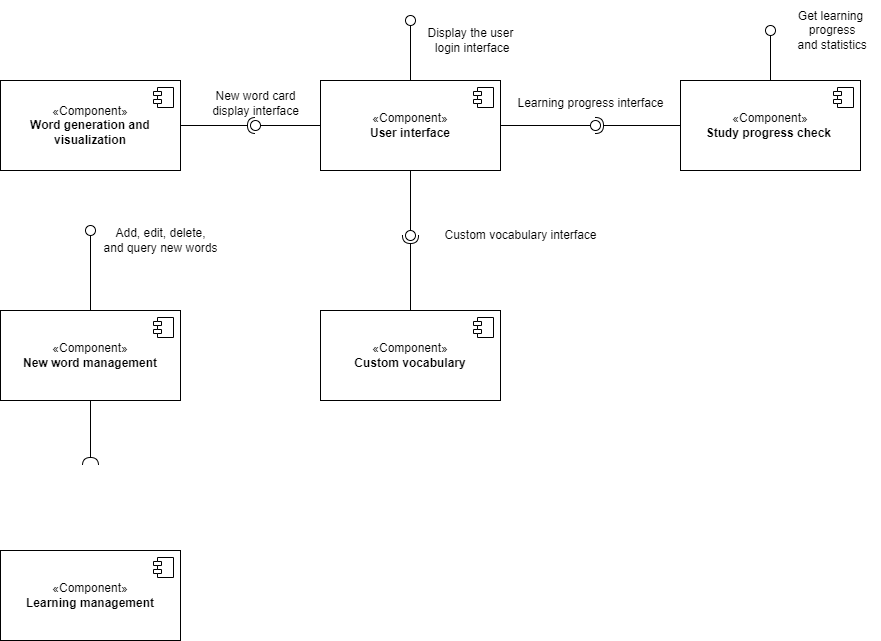
xiangxiang3451/blog_pictures keeps this draw.io diagram as component.drawio.png. Above is the earlier version. Source tidied: cells renumbered, new cells last; positions are measured from the earlier drawing's top-left corner, leaving out a move shared by most shapes.
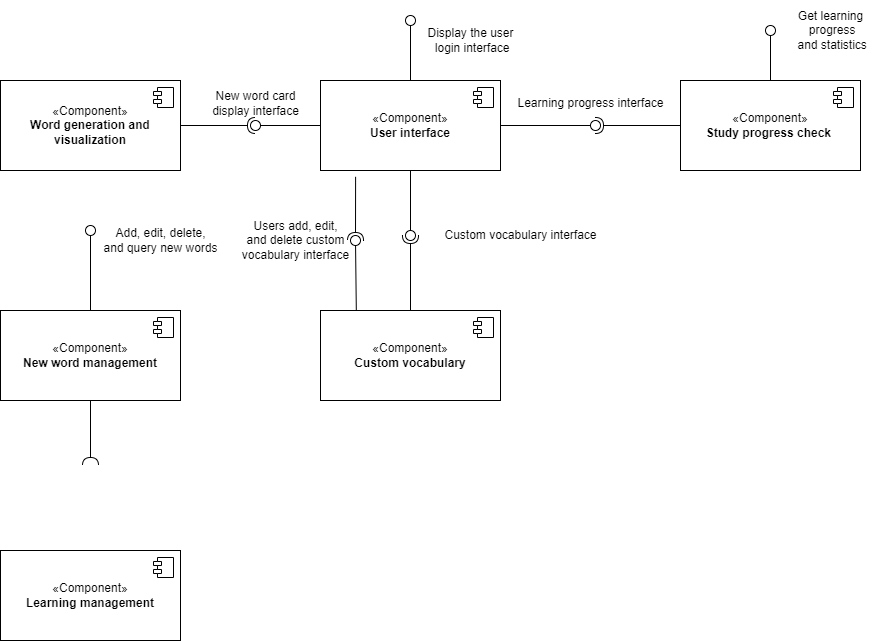
Above is the later version.

Change to the diagram source:
```diff
@@ -131,5 +131,17 @@
     <mxCell id="38" value="Get learning&lt;br&gt;&amp;nbsp;progress&lt;br&gt;&amp;nbsp;and statistics" style="text;html=1;align=center;verticalAlign=middle;strokeColor=none;fillColor=none;" parent="1" vertex="1">
       <mxGeometry x="780" width="100" height="60" as="geometry" />
     </mxCell>
+    <mxCell id="39" style="rounded=0;jettySize=auto;html=1;endArrow=halfCircle;endFill=0;endSize=6;strokeWidth=1;sketch=0;entryX=0.139;entryY=-0.076;entryDx=0;entryDy=0;entryPerimeter=0;exitX=0.195;exitY=1.07;exitDx=0;exitDy=0;exitPerimeter=0;" parent="1" edge="1" source="2" target="41">
+      <mxGeometry relative="1" as="geometry" />
+    </mxCell>
+    <mxCell id="40" style="rounded=0;jettySize=auto;html=1;endArrow=oval;endFill=0;sketch=0;sourcePerimeterSpacing=0;targetPerimeterSpacing=0;endSize=10;exitX=0.199;exitY=0.005;exitDx=0;exitDy=0;exitPerimeter=0;" parent="1" edge="1" source="4" target="41">
+      <mxGeometry relative="1" as="geometry" />
+    </mxCell>
+    <mxCell id="41" style="ellipse;whiteSpace=wrap;html=1;align=center;fillColor=none;strokeColor=none;perimeter=centerPerimeter;points=[];outlineConnect=1;" parent="1" vertex="1">
+      <mxGeometry x="350" y="235" width="10" height="10" as="geometry" />
+    </mxCell>
+    <mxCell id="42" value="Users add, edit, &lt;br&gt;and delete custom &lt;br&gt;vocabulary interface" style="text;html=1;align=center;verticalAlign=middle;strokeColor=none;fillColor=none;" parent="1" vertex="1">
+      <mxGeometry x="230" y="210" width="130" height="60" as="geometry" />
+    </mxCell>
   </root>
 </mxGraphModel>
```
